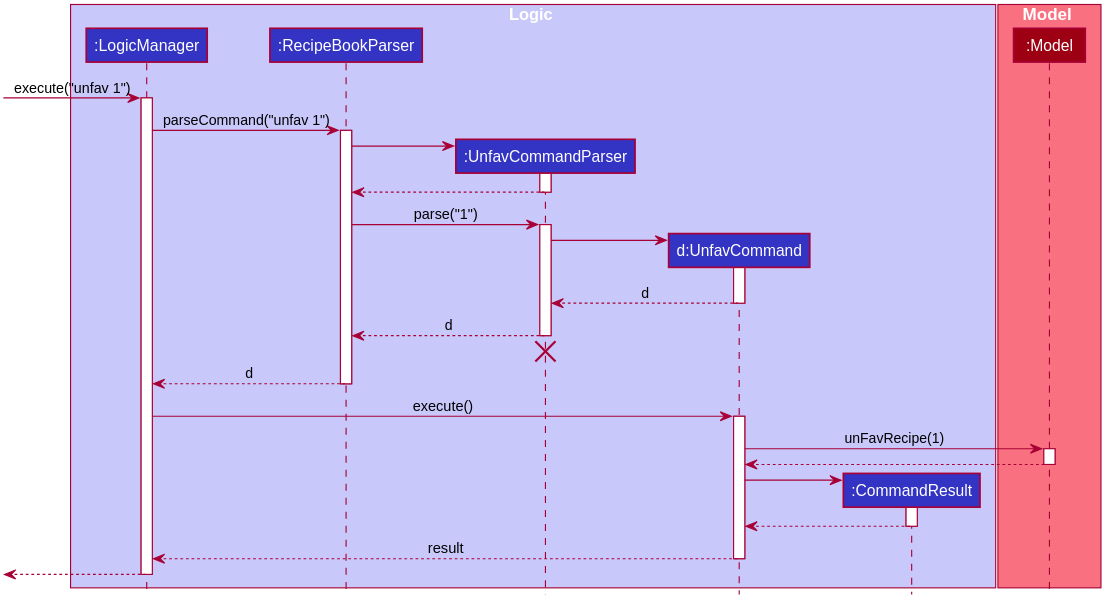
This is docs/images/UnfavSequenceDiagram.svg from nus-cs2103-AY1920S2/addressbook-level3, a PlantUML export, as it was before one commit. Source of this version:
```plantuml
@startuml UnfavSequenceDiagram








skinparam BackgroundColor #FFFFFFF

skinparam Shadowing false

skinparam Class {
    FontColor #FFFFFF
    BorderThickness 1
    BorderColor #FFFFFF
    StereotypeFontColor #FFFFFF
}

skinparam Actor {
    BorderColor #000000
    Color #000000
}

skinparam Sequence {
    MessageAlign center
    BoxFontSize 15
    BoxPadding 0
    BoxFontColor #FFFFFF
    SequenceBoxFontName Segoe UI
}

skinparam Participant {
    FontColor #FFFFFFF
    Padding 20
}

skinparam MinClassWidth 50
skinparam ParticipantPadding 10
skinparam Shadowing false
skinparam DefaultTextAlignment center
skinparam packageStyle Folder

skinparam DefaultFontName Arial
skinparam defaultMonospacedFontName Consolas

hide footbox
hide members
hide circle

box Logic #C8C8FA
participant ":LogicManager" as LogicManager #3333C4
participant ":RecipeBookParser" as RecipeBookParser #3333C4
participant ":UnfavCommandParser" as UnfavCommandParser #3333C4
participant "d:UnfavCommand" as UnfavCommand #3333C4
participant ":CommandResult" as CommandResult #3333C4
end box

box Model #F97181
participant ":Model" as Model #9D0012
end box


[-> LogicManager : execute("unfav 1")
activate LogicManager

LogicManager -> RecipeBookParser : parseCommand("unfav 1")
activate RecipeBookParser

create UnfavCommandParser
RecipeBookParser -> UnfavCommandParser
activate UnfavCommandParser

UnfavCommandParser --> RecipeBookParser
deactivate UnfavCommandParser

RecipeBookParser -> UnfavCommandParser : parse("1")
activate UnfavCommandParser

create UnfavCommand
UnfavCommandParser -> UnfavCommand
activate UnfavCommand

UnfavCommand --> UnfavCommandParser : d

deactivate UnfavCommand

UnfavCommandParser --> RecipeBookParser : d
deactivate UnfavCommandParser
UnfavCommandParser -[hidden]-> RecipeBookParser
destroy UnfavCommandParser

RecipeBookParser --> LogicManager : d
deactivate RecipeBookParser

LogicManager -> UnfavCommand : execute()
activate UnfavCommand

UnfavCommand -> Model : unFavRecipe(1)
activate Model

Model --> UnfavCommand
deactivate Model

create CommandResult
UnfavCommand -> CommandResult
activate CommandResult

CommandResult --> UnfavCommand
deactivate CommandResult

UnfavCommand --> LogicManager : result
deactivate UnfavCommand

[<--LogicManager
deactivate LogicManager
@enduml
```
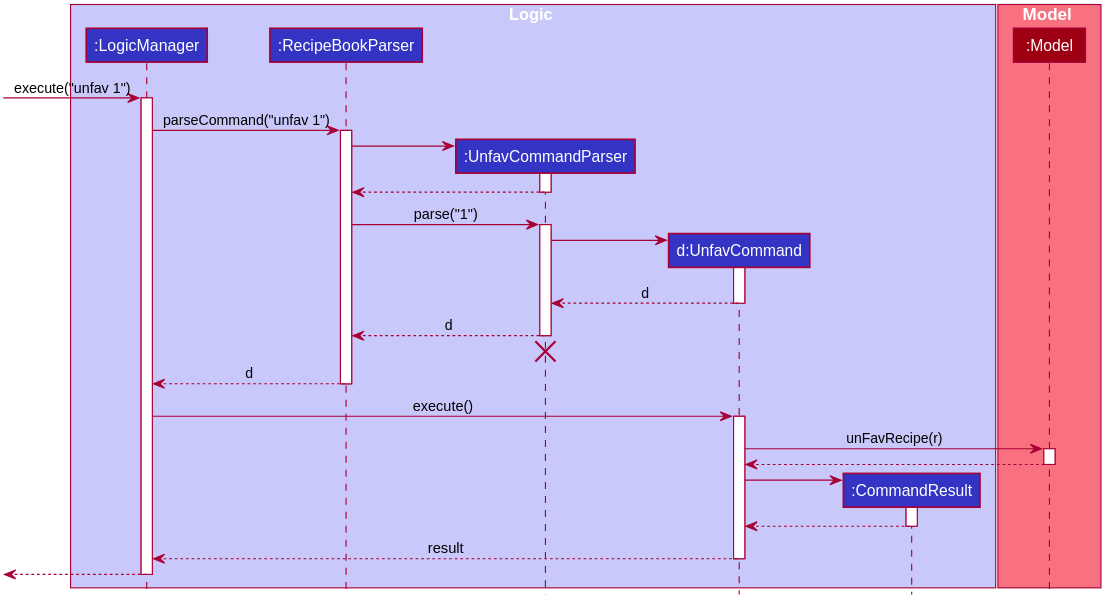
Later version of the same file.

What changed in the source:
```diff
@@ -97,7 +97,7 @@
 LogicManager -> UnfavCommand : execute()
 activate UnfavCommand
 
-UnfavCommand -> Model : unFavRecipe(1)
+UnfavCommand -> Model : unFavRecipe(r)
 activate Model
 
 Model --> UnfavCommand
```
